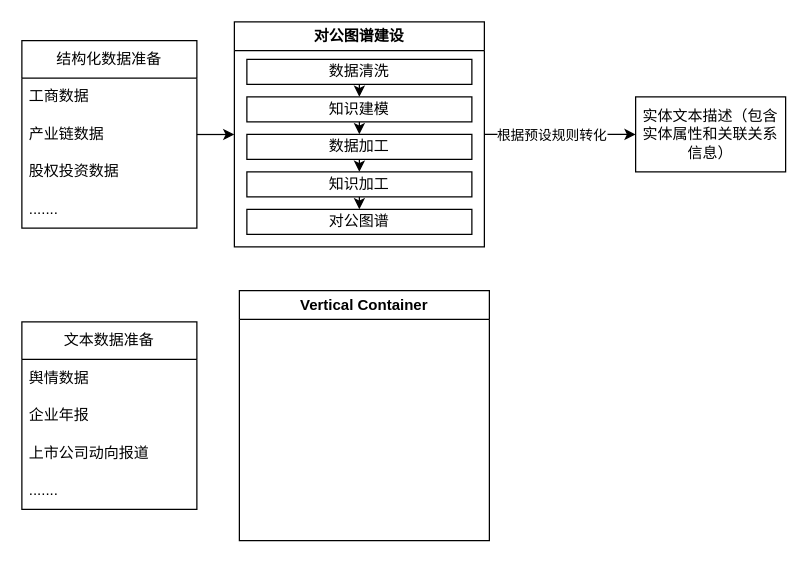
Earlier version of the draw.io diagram 专利.drawio (AmzVic/blog). Source tidied: cells renumbered, new cells numbered last; positions are measured from the earlier drawing's top-left corner, leaving out a move shared by most shapes. Both pictures are drawn from the tidied source at 125%, with x=0, y=0 at pixel (21, 21).
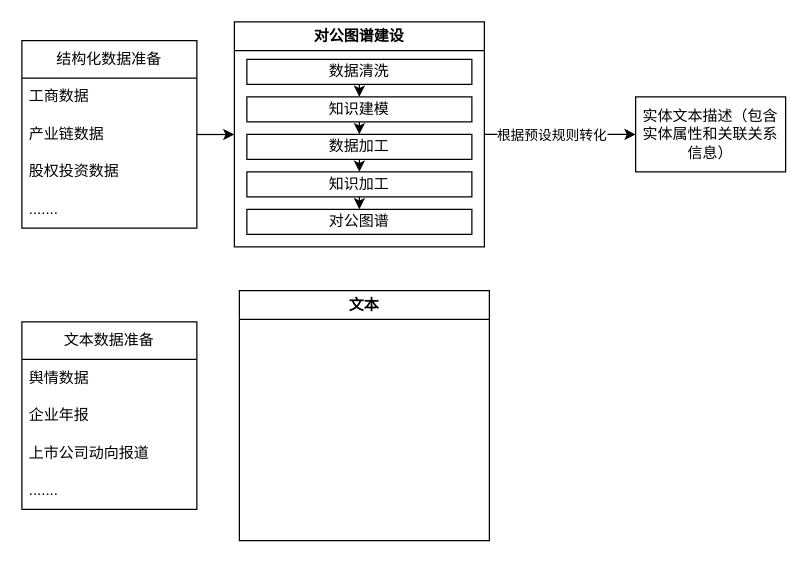
After the change.

Commit message:
已添加 专利.drawio

Diff of the diagram source:
```diff
@@
-    <mxCell id="26" value="Vertical Container" style="swimlane;whiteSpace=wrap;html=1;" parent="1" vertex="1">
+    <mxCell id="26" value="文本" style="swimlane;whiteSpace=wrap;html=1;" parent="1" vertex="1">
       <mxGeometry x="174" y="215" width="200" height="200" as="geometry" />
     </mxCell>
```
